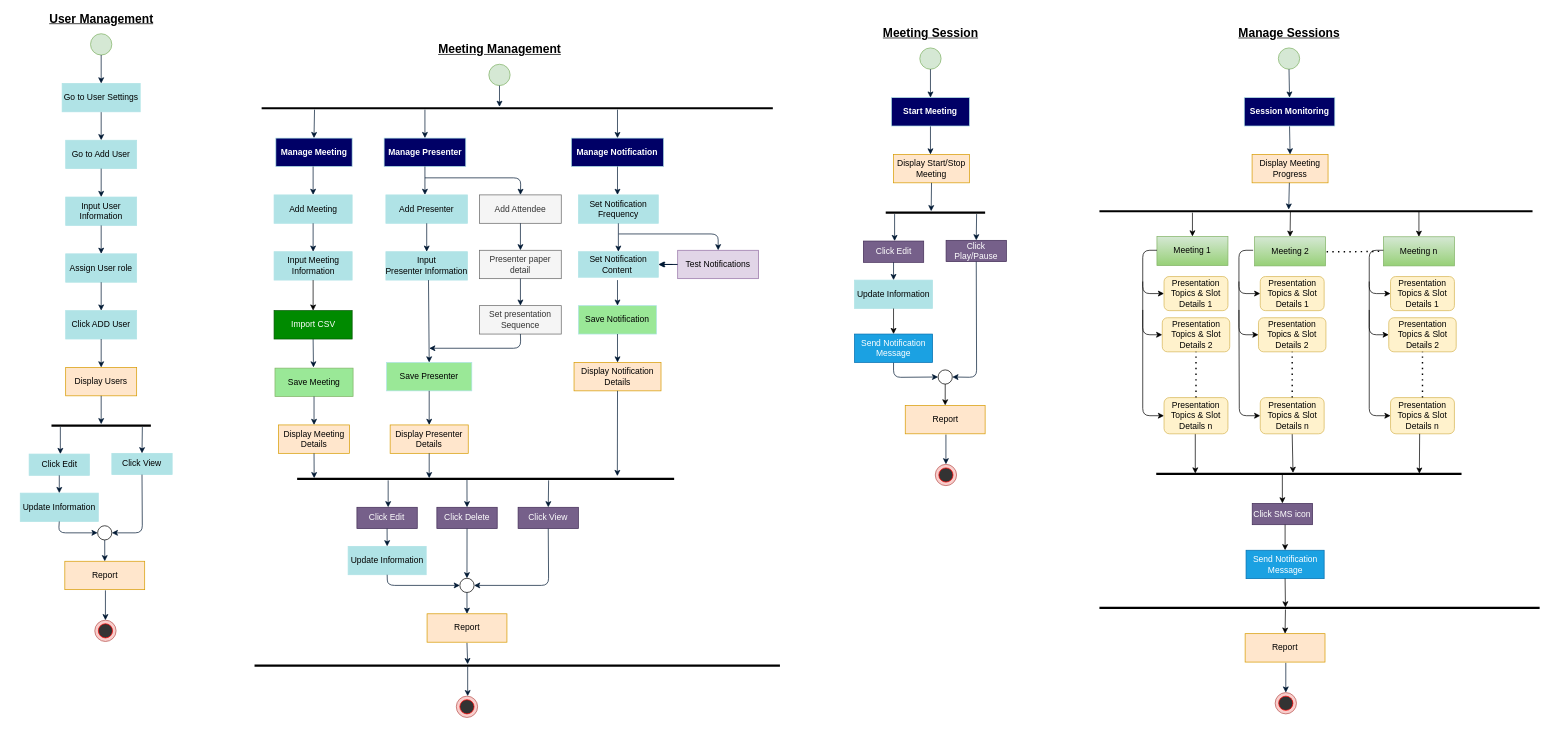
This is Untitled Diagram.drawio from Afifairin/Diagrams, a draw.io file, before an edit. Source tidied: cells renumbered, new cells numbered last; positions are measured from the earlier drawing's top-left corner, leaving out a move shared by most shapes. Both pictures are drawn from the tidied source at 71%, with x=0, y=0 at pixel (20, 12).
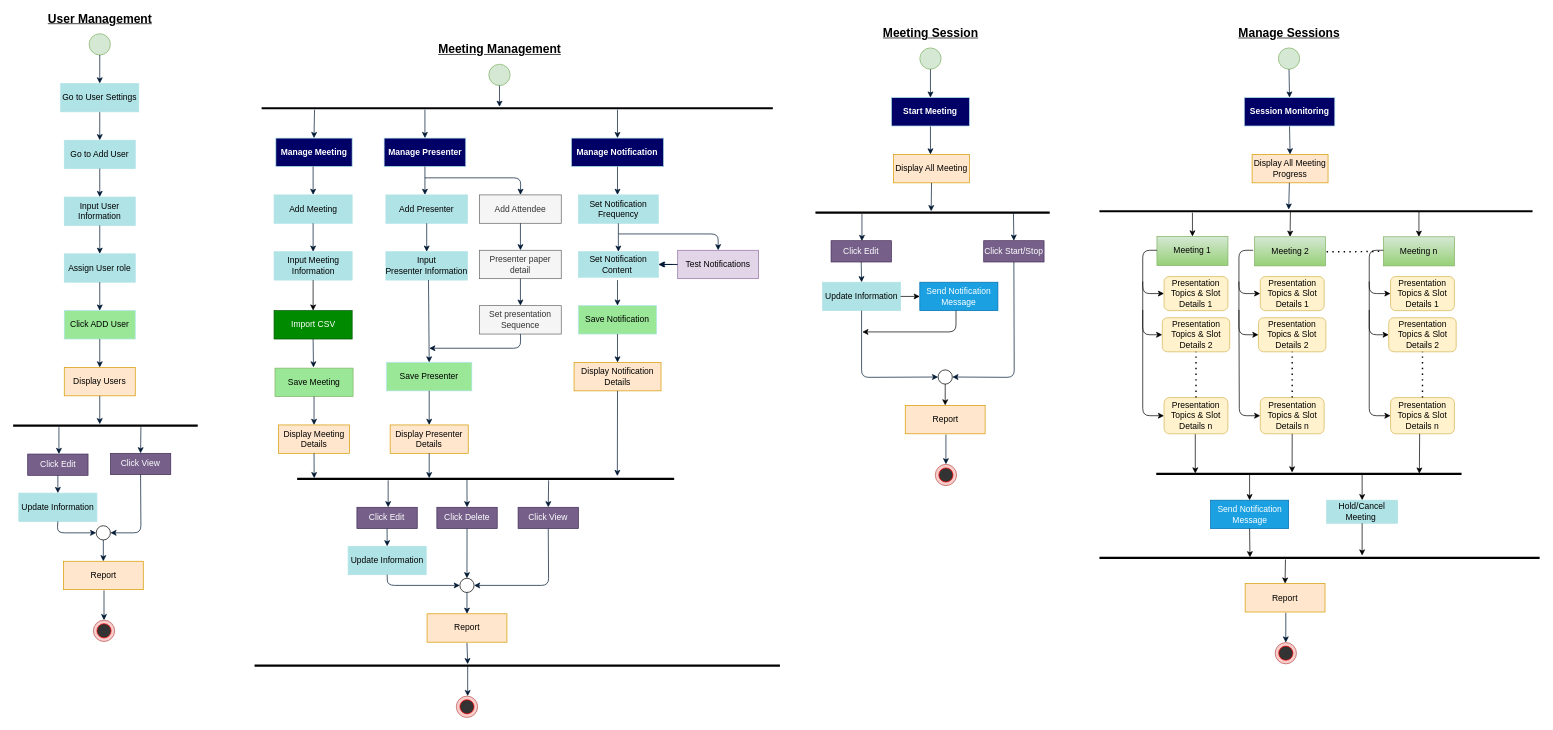
The same diagram, later.

The change refers to these unchanged cells:
```xml
<mxCell id="119" style="ellipse;whiteSpace=wrap;html=1;strokeColor=#000000;strokeWidth=1;fillColor=none;" parent="1" vertex="1">
  <mxGeometry x="1292.8" y="503.5" width="20" height="20" as="geometry" />
</mxCell>
<mxCell id="151" style="line;strokeWidth=3;fillColor=none;align=left;verticalAlign=middle;spacingTop=-1;spacingLeft=3;spacingRight=3;labelPosition=right;points=[];portConstraint=eastwest;" parent="1" vertex="1">
  <mxGeometry x="1600" y="647" width="430" height="6" as="geometry" />
</mxCell>
<mxCell id="177" value="Presentation Topics &amp;amp; Slot Details n" style="rounded=1;whiteSpace=wrap;html=1;fillColor=#fff2cc;strokeColor=#d6b656;" parent="1" vertex="1">
  <mxGeometry x="1746.5" y="542.5" width="90" height="51" as="geometry" />
</mxCell>
```

What changed in the source:
```diff
@@
     <mxCell id="2" style="ellipse;whiteSpace=wrap;html=1;fillColor=#d5e8d4;strokeColor=#82b366;" parent="1" vertex="1">
-      <mxGeometry x="99" y="30" width="30" height="30" as="geometry" />
+      <mxGeometry x="97" y="30" width="30" height="30" as="geometry" />
     </mxCell>
     <mxCell id="3" value="&lt;b&gt;&lt;font style=&quot;font-size: 17px&quot;&gt;&lt;u&gt;User Management&lt;/u&gt;&lt;/font&gt;&lt;/b&gt;" style="text;html=1;align=center;verticalAlign=middle;" parent="1" vertex="1">
-      <mxGeometry x="34" width="160" height="20" as="geometry" />
+      <mxGeometry x="32" width="160" height="20" as="geometry" />
     </mxCell>
     <mxCell id="4" style="endArrow=classic;html=1;strokeColor=#001933;exitX=0.5;exitY=1;exitDx=0;exitDy=0;" parent="1" edge="1" source="15">
       <mxGeometry relative="1" as="geometry">
-        <mxPoint x="114" y="180" as="targetPoint" />
+        <mxPoint x="112" y="180" as="targetPoint" />
       </mxGeometry>
     </mxCell>
     <mxCell id="5" value="Go to Add User" style="rounded=0;whiteSpace=wrap;html=1;fillColor=#b0e3e6;strokeColor=#B0E3E6;" parent="1" vertex="1">
-      <mxGeometry x="64" y="180" width="100" height="40" as="geometry" />
+      <mxGeometry x="62" y="180" width="100" height="40" as="geometry" />
     </mxCell>
     <mxCell id="6" value="Input User Information" style="rounded=0;whiteSpace=wrap;html=1;fillColor=#b0e3e6;strokeColor=#B0E3E6;" parent="1" vertex="1">
-      <mxGeometry x="64" y="260" width="100" height="40" as="geometry" />
+      <mxGeometry x="62" y="260" width="100" height="40" as="geometry" />
     </mxCell>
@@
     <mxCell id="8" value="Assign User role" style="rounded=0;whiteSpace=wrap;html=1;fillColor=#b0e3e6;strokeColor=#B0E3E6;" parent="1" vertex="1">
-      <mxGeometry x="64" y="340" width="100" height="40" as="geometry" />
+      <mxGeometry x="62" y="340" width="100" height="40" as="geometry" />
     </mxCell>
-    <mxCell id="9" value="&lt;span&gt;Click ADD User&lt;/span&gt;" style="rounded=0;whiteSpace=wrap;html=1;fillColor=#b0e3e6;strokeColor=#B0E3E6;" parent="1" vertex="1">
-      <mxGeometry x="64" y="420" width="100" height="40" as="geometry" />
+    <mxCell id="9" value="&lt;span&gt;Click ADD User&lt;/span&gt;" style="rounded=0;whiteSpace=wrap;html=1;strokeColor=#B0E3E6;fillColor=#9AE897;" parent="1" vertex="1">
+      <mxGeometry x="62" y="420" width="100" height="40" as="geometry" />
     </mxCell>
@@
     <mxCell id="12" value="Display Users" style="rounded=0;whiteSpace=wrap;html=1;fillColor=#ffe6cc;strokeColor=#d79b00;" parent="1" vertex="1">
-      <mxGeometry x="64" y="500" width="100" height="40" as="geometry" />
+      <mxGeometry x="62" y="500" width="100" height="40" as="geometry" />
     </mxCell>
@@
     <mxCell id="14" style="endArrow=classic;html=1;exitX=0.5;exitY=1;exitDx=0;exitDy=0;entryX=0.5;entryY=0;entryDx=0;entryDy=0;strokeColor=#001933;" parent="1" edge="1" source="12">
       <mxGeometry relative="1" as="geometry">
-        <mxPoint x="114" y="580" as="targetPoint" />
+        <mxPoint x="112" y="580" as="targetPoint" />
       </mxGeometry>
     </mxCell>
     <mxCell id="15" value="Go to User Settings" style="rounded=0;whiteSpace=wrap;html=1;fillColor=#b0e3e6;strokeColor=#B0E3E6;" parent="1" vertex="1">
-      <mxGeometry x="59" y="100" width="110" height="40" as="geometry" />
+      <mxGeometry x="57" y="100" width="110" height="40" as="geometry" />
     </mxCell>
@@
     <mxCell id="74" style="ellipse;whiteSpace=wrap;html=1;fillColor=#f8cecc;strokeColor=#b85450;" parent="1" vertex="1">
-      <mxGeometry x="105" y="856" width="30" height="30" as="geometry" />
+      <mxGeometry x="103" y="856" width="30" height="30" as="geometry" />
     </mxCell>
     <mxCell id="75" style="ellipse;whiteSpace=wrap;html=1;fillColor=#333333;strokeColor=#FF0000;" parent="1" vertex="1">
-      <mxGeometry x="110" y="861" width="20" height="20" as="geometry" />
+      <mxGeometry x="108" y="861" width="20" height="20" as="geometry" />
     </mxCell>
     <mxCell id="76" style="endArrow=classic;html=1;entryX=0.5;entryY=0;entryDx=0;entryDy=0;strokeColor=#001933;" parent="1" edge="1" target="74">
       <mxGeometry relative="1" as="geometry">
-        <mxPoint x="120" y="814" as="sourcePoint" />
+        <mxPoint x="118" y="814" as="sourcePoint" />
       </mxGeometry>
     </mxCell>
     <mxCell id="77" style="line;strokeWidth=3;fillColor=none;align=left;verticalAlign=middle;spacingTop=-1;spacingLeft=3;spacingRight=3;labelPosition=right;" parent="1" vertex="1">
-      <mxGeometry x="44" y="578" width="140" height="8" as="geometry" />
+      <mxGeometry x="-10" y="578" width="260" height="8" as="geometry" />
     </mxCell>
     <mxCell id="78" style="endArrow=classic;html=1;strokeColor=#001933;" parent="1" edge="1">
       <mxGeometry relative="1" as="geometry">
-        <mxPoint x="56.5" y="584" as="sourcePoint" />
-        <mxPoint x="56.5" y="622" as="targetPoint" />
+        <mxPoint x="54.5" y="584" as="sourcePoint" />
+        <mxPoint x="54.5" y="622" as="targetPoint" />
       </mxGeometry>
     </mxCell>
-    <mxCell id="79" value="&lt;span&gt;Click Edit&lt;/span&gt;" style="rounded=0;whiteSpace=wrap;html=1;fillColor=#b0e3e6;strokeColor=#B0E3E6;" parent="1" vertex="1">
-      <mxGeometry x="12.5" y="622" width="85" height="30" as="geometry" />
+    <mxCell id="79" value="&lt;span&gt;Click Edit&lt;/span&gt;" style="rounded=0;whiteSpace=wrap;html=1;fillColor=#76608a;strokeColor=#432D57;fontColor=#ffffff;" parent="1" vertex="1">
+      <mxGeometry x="10.5" y="622" width="85" height="30" as="geometry" />
     </mxCell>
-    <mxCell id="80" value="&lt;span&gt;Click View&lt;/span&gt;" style="rounded=0;whiteSpace=wrap;html=1;fillColor=#b0e3e6;strokeColor=#B0E3E6;" parent="1" vertex="1">
-      <mxGeometry x="129" y="621" width="85" height="30" as="geometry" />
+    <mxCell id="80" value="&lt;span&gt;Click View&lt;/span&gt;" style="rounded=0;whiteSpace=wrap;html=1;fillColor=#76608a;strokeColor=#432D57;fontColor=#ffffff;gradientDirection=west;" parent="1" vertex="1">
+      <mxGeometry x="127" y="621" width="85" height="30" as="geometry" />
     </mxCell>
     <mxCell id="81" style="endArrow=classic;html=1;strokeColor=#001933;entryX=0.5;entryY=0;entryDx=0;entryDy=0;" parent="1" edge="1" target="80">
       <mxGeometry relative="1" as="geometry">
-        <mxPoint x="172" y="584" as="sourcePoint" />
+        <mxPoint x="170" y="584" as="sourcePoint" />
       </mxGeometry>
     </mxCell>
     <mxCell id="82" value="Update Information" style="rounded=0;whiteSpace=wrap;html=1;fillColor=#b0e3e6;strokeColor=#B0E3E6;" parent="1" vertex="1">
-      <mxGeometry y="677" width="110" height="40" as="geometry" />
+      <mxGeometry x="-2" y="677" width="110" height="40" as="geometry" />
     </mxCell>
     <mxCell id="83" value="Report" style="rounded=0;whiteSpace=wrap;html=1;fillColor=#ffe6cc;strokeColor=#d79b00;" parent="1" vertex="1">
-      <mxGeometry x="62.8" y="773" width="112.5" height="40" as="geometry" />
+      <mxGeometry x="60.8" y="773" width="112.5" height="40" as="geometry" />
     </mxCell>
     <mxCell id="84" style="ellipse;whiteSpace=wrap;html=1;strokeColor=#000000;strokeWidth=1;fillColor=none;" parent="1" vertex="1">
-      <mxGeometry x="109" y="723" width="20" height="20" as="geometry" />
+      <mxGeometry x="107" y="723" width="20" height="20" as="geometry" />
     </mxCell>
@@
     <mxCell id="86" style="endArrow=classic;html=1;exitX=0.5;exitY=1;exitDx=0;exitDy=0;strokeColor=#001933;entryX=1;entryY=0.5;entryDx=0;entryDy=0;" parent="1" edge="1" source="80" target="84">
       <mxGeometry relative="1" as="geometry">
         <Array as="points">
-          <mxPoint x="172" y="733" />
+          <mxPoint x="170" y="733" />
         </Array>
       </mxGeometry>
     </mxCell>
     <mxCell id="87" style="endArrow=classic;html=1;exitX=0.5;exitY=1;exitDx=0;exitDy=0;strokeColor=#001933;entryX=0;entryY=0.5;entryDx=0;entryDy=0;" parent="1" edge="1" source="82" target="84">
       <mxGeometry relative="1" as="geometry">
         <Array as="points">
-          <mxPoint x="54" y="733" />
+          <mxPoint x="52" y="733" />
         </Array>
       </mxGeometry>
     </mxCell>
@@
-    <mxCell id="105" value="Display Start/Stop Meeting" style="rounded=0;whiteSpace=wrap;html=1;fillColor=#ffe6cc;strokeColor=#d79b00;" parent="1" vertex="1">
+    <mxCell id="105" value="Display All Meeting" style="rounded=0;whiteSpace=wrap;html=1;fillColor=#ffe6cc;strokeColor=#d79b00;" parent="1" vertex="1">
       <mxGeometry x="1230" y="200" width="107" height="40" as="geometry" />
     </mxCell>
@@
     <mxCell id="112" style="line;strokeWidth=3;fillColor=none;align=left;verticalAlign=middle;spacingTop=-1;spacingLeft=3;spacingRight=3;labelPosition=right;" parent="1" vertex="1">
-      <mxGeometry x="1219" y="279" width="140" height="6" as="geometry" />
+      <mxGeometry x="1120" y="279" width="330" height="6" as="geometry" />
     </mxCell>
     <mxCell id="113" style="endArrow=classic;html=1;strokeColor=#001933;" parent="1" edge="1">
       <mxGeometry relative="1" as="geometry">
-        <mxPoint x="1231.5" y="284" as="sourcePoint" />
-        <mxPoint x="1231.5" y="322" as="targetPoint" />
+        <mxPoint x="1185.5" y="284" as="sourcePoint" />
+        <mxPoint x="1185.5" y="322" as="targetPoint" />
       </mxGeometry>
     </mxCell>
     <mxCell id="114" value="&lt;span&gt;Click Edit&lt;/span&gt;" style="rounded=0;whiteSpace=wrap;html=1;strokeColor=#432D57;fillColor=#76608a;fontColor=#ffffff;" parent="1" vertex="1">
-      <mxGeometry x="1187.5" y="322" width="85" height="30" as="geometry" />
+      <mxGeometry x="1142" y="321.5" width="85" height="30" as="geometry" />
     </mxCell>
-    <mxCell id="115" value="&lt;span&gt;Click Play/Pause&lt;/span&gt;" style="rounded=0;whiteSpace=wrap;html=1;fillColor=#76608a;strokeColor=#432D57;fontColor=#ffffff;" parent="1" vertex="1">
-      <mxGeometry x="1304" y="321" width="85" height="30" as="geometry" />
+    <mxCell id="115" value="&lt;span&gt;Click Start/Stop&lt;/span&gt;" style="rounded=0;whiteSpace=wrap;html=1;fillColor=#76608a;strokeColor=#432D57;fontColor=#ffffff;" parent="1" vertex="1">
+      <mxGeometry x="1357" y="321.5" width="85" height="30" as="geometry" />
     </mxCell>
-    <mxCell id="116" style="endArrow=classic;html=1;strokeColor=#001933;entryX=0.5;entryY=0;entryDx=0;entryDy=0;" parent="1" edge="1" target="115">
+    <mxCell id="116" style="endArrow=classic;html=1;strokeColor=#001933;entryX=0.5;entryY=0;entryDx=0;entryDy=0;exitX=0.863;exitY=0.4;exitDx=0;exitDy=0;exitPerimeter=0;" parent="1" edge="1" target="115">
       <mxGeometry relative="1" as="geometry">
-        <mxPoint x="1347" y="284" as="sourcePoint" />
+        <mxPoint x="1398.9" y="281.9" as="sourcePoint" />
       </mxGeometry>
     </mxCell>
     <mxCell id="117" value="Update Information" style="rounded=0;whiteSpace=wrap;html=1;fillColor=#b0e3e6;strokeColor=#B0E3E6;" parent="1" vertex="1">
-      <mxGeometry x="1175" y="377" width="110" height="40" as="geometry" />
+      <mxGeometry x="1130" y="380" width="110" height="40" as="geometry" />
     </mxCell>
@@
     <mxCell id="121" style="endArrow=classic;html=1;exitX=0.5;exitY=1;exitDx=0;exitDy=0;strokeColor=#001933;entryX=1;entryY=0.5;entryDx=0;entryDy=0;" parent="1" edge="1" source="115" target="119">
       <mxGeometry relative="1" as="geometry">
         <Array as="points">
-          <mxPoint x="1347" y="514" />
+          <mxPoint x="1400" y="514" />
         </Array>
       </mxGeometry>
     </mxCell>
-    <mxCell id="122" style="endArrow=classic;html=1;strokeColor=#001933;entryX=0;entryY=0.5;entryDx=0;entryDy=0;exitX=0.5;exitY=1;exitDx=0;exitDy=0;" parent="1" edge="1" source="124" target="119">
+    <mxCell id="122" style="endArrow=classic;html=1;strokeColor=#001933;entryX=0;entryY=0.5;entryDx=0;entryDy=0;exitX=0.5;exitY=1;exitDx=0;exitDy=0;" parent="1" edge="1" source="117" target="119">
       <mxGeometry relative="1" as="geometry">
         <Array as="points">
-          <mxPoint x="1230" y="514" />
+          <mxPoint x="1185" y="514" />
         </Array>
       </mxGeometry>
     </mxCell>
@@
     <mxCell id="124" value="Send Notification Message" style="rounded=0;whiteSpace=wrap;html=1;strokeColor=#006EAF;fillColor=#1ba1e2;fontColor=#ffffff;" parent="1" vertex="1">
-      <mxGeometry x="1175" y="453" width="110" height="40" as="geometry" />
+      <mxGeometry x="1267" y="380" width="110" height="40" as="geometry" />
     </mxCell>
-    <mxCell id="125" style="endArrow=classic;html=1;exitX=0.5;exitY=1;exitDx=0;exitDy=0;entryX=0.5;entryY=0;entryDx=0;entryDy=0;" parent="1" edge="1" source="117" target="124">
+    <mxCell id="125" style="endArrow=classic;html=1;exitX=1;exitY=0.5;exitDx=0;exitDy=0;entryX=0;entryY=0.5;entryDx=0;entryDy=0;" parent="1" edge="1" source="117" target="124">
       <mxGeometry relative="1" as="geometry" />
     </mxCell>
@@
-    <mxCell id="130" value="Display Meeting Progress" style="rounded=0;whiteSpace=wrap;html=1;fillColor=#ffe6cc;strokeColor=#d79b00;" parent="1" vertex="1">
+    <mxCell id="130" value="Display All Meeting Progress" style="rounded=0;whiteSpace=wrap;html=1;fillColor=#ffe6cc;strokeColor=#d79b00;" parent="1" vertex="1">
       <mxGeometry x="1735" y="200" width="107" height="40" as="geometry" />
     </mxCell>
@@
     <mxCell id="133" style="ellipse;whiteSpace=wrap;html=1;fillColor=#f8cecc;strokeColor=#b85450;" parent="1" vertex="1">
-      <mxGeometry x="1767.5" y="958" width="30" height="30" as="geometry" />
+      <mxGeometry x="1767.5" y="887.5" width="30" height="30" as="geometry" />
     </mxCell>
     <mxCell id="134" style="ellipse;whiteSpace=wrap;html=1;fillColor=#333333;strokeColor=#FF0000;" parent="1" vertex="1">
-      <mxGeometry x="1772.5" y="963" width="20" height="20" as="geometry" />
+      <mxGeometry x="1772.5" y="892.5" width="20" height="20" as="geometry" />
     </mxCell>
     <mxCell id="135" style="endArrow=classic;html=1;entryX=0.5;entryY=0;entryDx=0;entryDy=0;strokeColor=#001933;" parent="1" edge="1" target="133">
       <mxGeometry relative="1" as="geometry">
-        <mxPoint x="1782.5" y="916" as="sourcePoint" />
+        <mxPoint x="1782.5" y="845.5" as="sourcePoint" />
       </mxGeometry>
     </mxCell>
@@
-    <mxCell id="137" value="&lt;span&gt;Click SMS icon&lt;/span&gt;" style="rounded=0;whiteSpace=wrap;html=1;strokeColor=#432D57;fillColor=#76608a;fontColor=#ffffff;" parent="1" vertex="1">
-      <mxGeometry x="1735.2" y="691.5" width="85" height="30" as="geometry" />
-    </mxCell>
     <mxCell id="138" value="Report" style="rounded=0;whiteSpace=wrap;html=1;fillColor=#ffe6cc;strokeColor=#d79b00;" parent="1" vertex="1">
-      <mxGeometry x="1725.2" y="875" width="112.5" height="40" as="geometry" />
+      <mxGeometry x="1725.2" y="804.5" width="112.5" height="40" as="geometry" />
     </mxCell>
@@
     <mxCell id="140" value="Send Notification Message" style="rounded=0;whiteSpace=wrap;html=1;strokeColor=#006EAF;fillColor=#1ba1e2;fontColor=#ffffff;" parent="1" vertex="1">
-      <mxGeometry x="1726.5" y="757.5" width="110" height="40" as="geometry" />
+      <mxGeometry x="1676.5" y="687" width="110" height="40" as="geometry" />
     </mxCell>
     <mxCell id="141" style="endArrow=classic;html=1;exitX=0.5;exitY=1;exitDx=0;exitDy=0;entryX=0.5;entryY=0;entryDx=0;entryDy=0;" parent="1" edge="1" target="140">
       <mxGeometry relative="1" as="geometry">
-        <mxPoint x="1781.5" y="721.5" as="sourcePoint" />
+        <mxPoint x="1731.5" y="651" as="sourcePoint" />
       </mxGeometry>
     </mxCell>
     <mxCell id="142" style="endArrow=classic;html=1;entryX=0.5;entryY=0;entryDx=0;entryDy=0;" parent="1" edge="1" target="138">
       <mxGeometry relative="1" as="geometry">
-        <mxPoint x="1782" y="841" as="sourcePoint" />
+        <mxPoint x="1782" y="770.5" as="sourcePoint" />
       </mxGeometry>
     </mxCell>
@@
-    <mxCell id="152" style="endArrow=classic;html=1;entryX=0.5;entryY=0;entryDx=0;entryDy=0;exitX=0.413;exitY=1.667;exitDx=0;exitDy=0;exitPerimeter=0;" parent="1" edge="1" target="137">
-      <mxGeometry relative="1" as="geometry">
-        <mxPoint x="1777.6" y="651" as="sourcePoint" />
-      </mxGeometry>
-    </mxCell>
     <mxCell id="153" style="line;strokeWidth=3;fillColor=none;align=left;verticalAlign=middle;spacingTop=-1;spacingLeft=3;spacingRight=3;labelPosition=right;" parent="1" vertex="1">
-      <mxGeometry x="1520" y="835.5" width="620" height="6.5" as="geometry" />
+      <mxGeometry x="1520" y="765" width="620" height="6.5" as="geometry" />
     </mxCell>
     <mxCell id="154" style="endArrow=classic;html=1;exitX=0.5;exitY=1;exitDx=0;exitDy=0;" parent="1" edge="1" source="140">
       <mxGeometry relative="1" as="geometry">
-        <mxPoint x="1782" y="838" as="targetPoint" />
+        <mxPoint x="1732" y="767.5" as="targetPoint" />
       </mxGeometry>
     </mxCell>
@@
-    <mxCell id="163" style="endArrow=classic;html=1;exitX=0.5;exitY=1;exitDx=0;exitDy=0;entryX=0.448;entryY=0.26;entryDx=0;entryDy=0;entryPerimeter=0;" parent="1" edge="1" source="177" target="151">
-      <mxGeometry relative="1" as="geometry" />
-    </mxCell>
@@
+    <mxCell id="179" value="Hold/Cancel Meeting&amp;nbsp;" style="rounded=0;whiteSpace=wrap;html=1;fillColor=#B0E3E6;strokeColor=#B0E3E6;" parent="1" vertex="1">
+      <mxGeometry x="1840" y="687" width="100" height="32.5" as="geometry" />
+    </mxCell>
+    <mxCell id="180" style="endArrow=classic;html=1;entryX=0.5;entryY=0;entryDx=0;entryDy=0;" parent="1" edge="1" target="179">
+      <mxGeometry relative="1" as="geometry">
+        <mxPoint x="1890" y="650" as="sourcePoint" />
+      </mxGeometry>
+    </mxCell>
+    <mxCell id="181" style="endArrow=classic;html=1;exitX=0.5;exitY=1;exitDx=0;exitDy=0;" parent="1" edge="1" source="179">
+      <mxGeometry relative="1" as="geometry">
+        <mxPoint x="1890" y="765" as="targetPoint" />
+      </mxGeometry>
+    </mxCell>
+    <mxCell id="182" style="endArrow=classic;html=1;exitX=0.5;exitY=1;exitDx=0;exitDy=0;" parent="1" edge="1">
+      <mxGeometry relative="1" as="geometry">
+        <mxPoint x="1318" y="420" as="sourcePoint" />
+        <mxPoint x="1186" y="450" as="targetPoint" />
+        <Array as="points">
+          <mxPoint x="1318" y="450" />
+        </Array>
+      </mxGeometry>
+    </mxCell>
+    <mxCell id="163" style="endArrow=classic;html=1;exitX=0.5;exitY=1;exitDx=0;exitDy=0;entryX=0.445;entryY=0.167;entryDx=0;entryDy=0;entryPerimeter=0;" parent="1" edge="1" source="177" target="151">
+      <mxGeometry relative="1" as="geometry" />
+    </mxCell>
```
